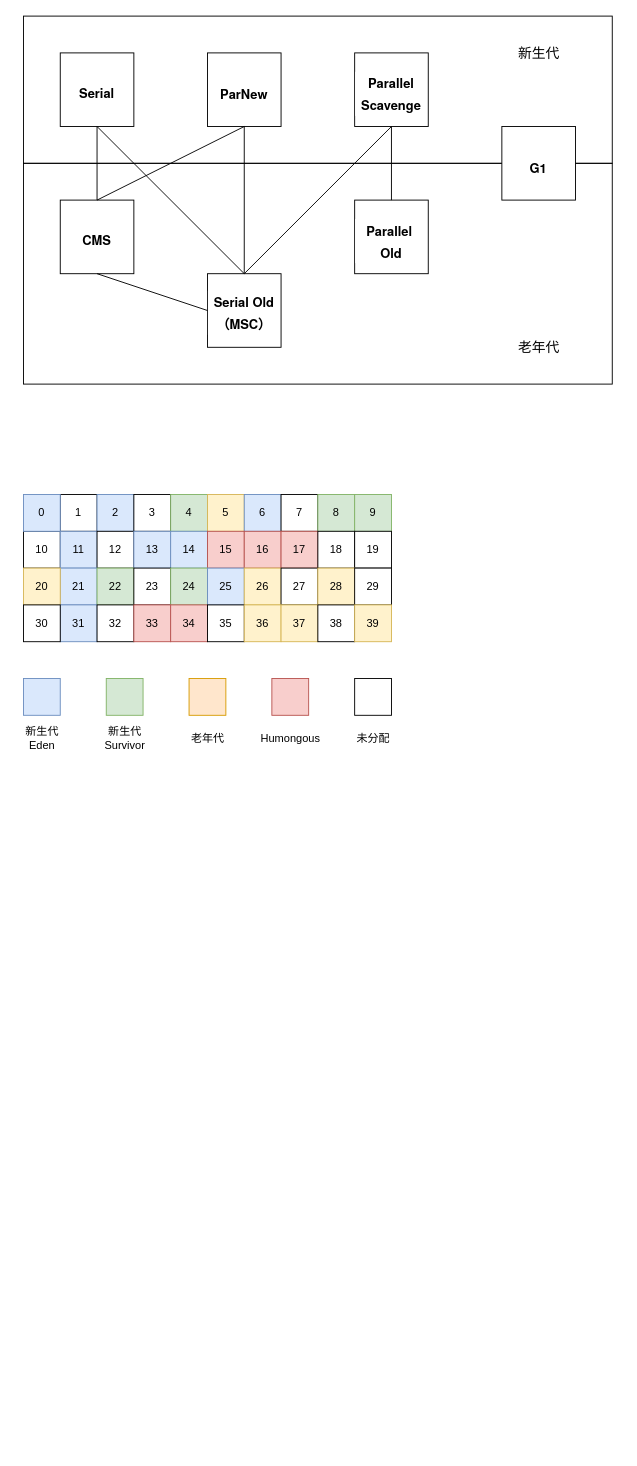
This is 垃圾回收器/垃圾回收器.drawio from zero-97/picture-of-the-article, a draw.io file, before an edit. Source tidied: cells renumbered, new cells numbered last; positions are measured from the earlier drawing's top-left corner, leaving out a move shared by most shapes. Both pictures are drawn from the tidied source at 92%, with x=0, y=0 at pixel (18, 16).
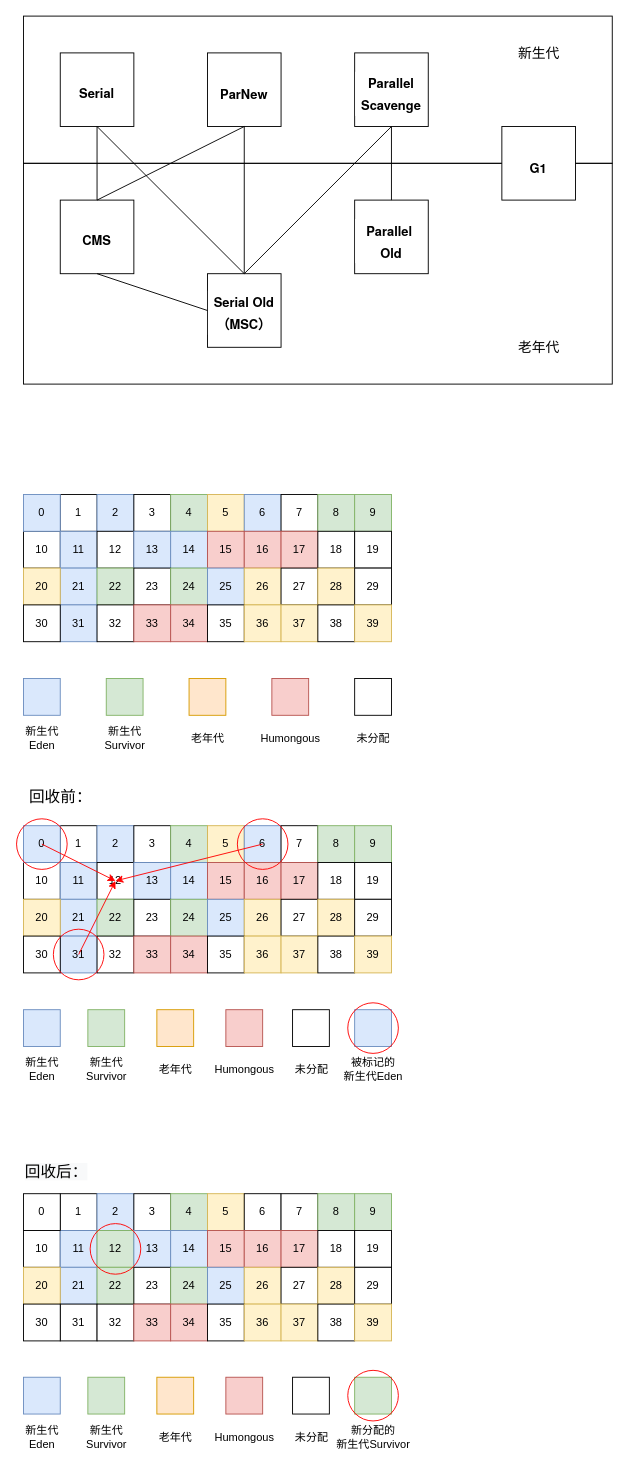
Above is the later version.

Commit message (it also covers changes not shown here):
Update 垃圾回收器.drawio

Diff of the diagram source:
```diff
@@
+    <mxCell id="72" value="1" style="whiteSpace=wrap;html=1;" parent="1" vertex="1">
+      <mxGeometry x="45" y="880" width="40" height="40" as="geometry" />
+    </mxCell>
+    <mxCell id="73" value="2" style="whiteSpace=wrap;html=1;fillColor=#dae8fc;strokeColor=#6c8ebf;" parent="1" vertex="1">
+      <mxGeometry x="85" y="880" width="40" height="40" as="geometry" />
+    </mxCell>
+    <mxCell id="74" value="3" style="whiteSpace=wrap;html=1;" parent="1" vertex="1">
+      <mxGeometry x="125" y="880" width="40" height="40" as="geometry" />
+    </mxCell>
+    <mxCell id="75" value="4" style="whiteSpace=wrap;html=1;fillColor=#d5e8d4;strokeColor=#82b366;" parent="1" vertex="1">
+      <mxGeometry x="165" y="880" width="40" height="40" as="geometry" />
+    </mxCell>
+    <mxCell id="76" value="5" style="whiteSpace=wrap;html=1;fillColor=#fff2cc;strokeColor=#d6b656;" parent="1" vertex="1">
+      <mxGeometry x="205" y="880" width="40" height="40" as="geometry" />
+    </mxCell>
+    <mxCell id="77" value="6" style="whiteSpace=wrap;html=1;fillColor=#dae8fc;strokeColor=#6c8ebf;" parent="1" vertex="1">
+      <mxGeometry x="245" y="880" width="40" height="40" as="geometry" />
+    </mxCell>
+    <mxCell id="78" value="7" style="whiteSpace=wrap;html=1;" parent="1" vertex="1">
+      <mxGeometry x="285" y="880" width="40" height="40" as="geometry" />
+    </mxCell>
+    <mxCell id="79" value="8" style="whiteSpace=wrap;html=1;fillColor=#d5e8d4;strokeColor=#82b366;" parent="1" vertex="1">
+      <mxGeometry x="325" y="880" width="40" height="40" as="geometry" />
+    </mxCell>
+    <mxCell id="80" value="9" style="whiteSpace=wrap;html=1;fillColor=#d5e8d4;strokeColor=#82b366;" parent="1" vertex="1">
+      <mxGeometry x="365" y="880" width="40" height="40" as="geometry" />
+    </mxCell>
+    <mxCell id="81" value="10" style="whiteSpace=wrap;html=1;" parent="1" vertex="1">
+      <mxGeometry x="5" y="920" width="40" height="40" as="geometry" />
+    </mxCell>
+    <mxCell id="82" value="11" style="whiteSpace=wrap;html=1;fillColor=#dae8fc;strokeColor=#6c8ebf;" parent="1" vertex="1">
+      <mxGeometry x="45" y="920" width="40" height="40" as="geometry" />
+    </mxCell>
+    <mxCell id="83" value="12" style="whiteSpace=wrap;html=1;" parent="1" vertex="1">
+      <mxGeometry x="85" y="920" width="40" height="40" as="geometry" />
+    </mxCell>
+    <mxCell id="84" value="13" style="whiteSpace=wrap;html=1;fillColor=#dae8fc;strokeColor=#6c8ebf;" parent="1" vertex="1">
+      <mxGeometry x="125" y="920" width="40" height="40" as="geometry" />
+    </mxCell>
+    <mxCell id="85" value="14" style="whiteSpace=wrap;html=1;fillColor=#dae8fc;strokeColor=#6c8ebf;" parent="1" vertex="1">
+      <mxGeometry x="165" y="920" width="40" height="40" as="geometry" />
+    </mxCell>
+    <mxCell id="86" value="15" style="whiteSpace=wrap;html=1;fillColor=#f8cecc;strokeColor=#b85450;" parent="1" vertex="1">
+      <mxGeometry x="205" y="920" width="40" height="40" as="geometry" />
+    </mxCell>
+    <mxCell id="87" value="16" style="whiteSpace=wrap;html=1;fillColor=#f8cecc;strokeColor=#b85450;" parent="1" vertex="1">
+      <mxGeometry x="245" y="920" width="40" height="40" as="geometry" />
+    </mxCell>
+    <mxCell id="88" value="0" style="whiteSpace=wrap;html=1;fillColor=#dae8fc;strokeColor=#6c8ebf;" parent="1" vertex="1">
+      <mxGeometry x="5" y="880" width="40" height="40" as="geometry" />
+    </mxCell>
+    <mxCell id="89" value="17" style="whiteSpace=wrap;html=1;fillColor=#f8cecc;strokeColor=#b85450;" parent="1" vertex="1">
+      <mxGeometry x="285" y="920" width="40" height="40" as="geometry" />
+    </mxCell>
+    <mxCell id="90" value="18" style="whiteSpace=wrap;html=1;" parent="1" vertex="1">
+      <mxGeometry x="325" y="920" width="40" height="40" as="geometry" />
+    </mxCell>
+    <mxCell id="91" value="19" style="whiteSpace=wrap;html=1;" parent="1" vertex="1">
+      <mxGeometry x="365" y="920" width="40" height="40" as="geometry" />
+    </mxCell>
+    <mxCell id="92" value="21" style="whiteSpace=wrap;html=1;fillColor=#dae8fc;strokeColor=#6c8ebf;" parent="1" vertex="1">
+      <mxGeometry x="45" y="960" width="40" height="40" as="geometry" />
+    </mxCell>
+    <mxCell id="93" value="22" style="whiteSpace=wrap;html=1;fillColor=#d5e8d4;strokeColor=#82b366;" parent="1" vertex="1">
+      <mxGeometry x="85" y="960" width="40" height="40" as="geometry" />
+    </mxCell>
+    <mxCell id="94" value="23" style="whiteSpace=wrap;html=1;" parent="1" vertex="1">
+      <mxGeometry x="125" y="960" width="40" height="40" as="geometry" />
+    </mxCell>
+    <mxCell id="95" value="24" style="whiteSpace=wrap;html=1;fillColor=#d5e8d4;strokeColor=#82b366;" parent="1" vertex="1">
+      <mxGeometry x="165" y="960" width="40" height="40" as="geometry" />
+    </mxCell>
+    <mxCell id="96" value="25" style="whiteSpace=wrap;html=1;fillColor=#dae8fc;strokeColor=#6c8ebf;" parent="1" vertex="1">
+      <mxGeometry x="205" y="960" width="40" height="40" as="geometry" />
+    </mxCell>
+    <mxCell id="97" value="26" style="whiteSpace=wrap;html=1;fillColor=#fff2cc;strokeColor=#d6b656;" parent="1" vertex="1">
+      <mxGeometry x="245" y="960" width="40" height="40" as="geometry" />
+    </mxCell>
+    <mxCell id="98" value="27" style="whiteSpace=wrap;html=1;" parent="1" vertex="1">
+      <mxGeometry x="285" y="960" width="40" height="40" as="geometry" />
+    </mxCell>
+    <mxCell id="99" value="28" style="whiteSpace=wrap;html=1;fillColor=#fff2cc;strokeColor=#d6b656;" parent="1" vertex="1">
+      <mxGeometry x="325" y="960" width="40" height="40" as="geometry" />
+    </mxCell>
+    <mxCell id="100" value="29" style="whiteSpace=wrap;html=1;" parent="1" vertex="1">
+      <mxGeometry x="365" y="960" width="40" height="40" as="geometry" />
+    </mxCell>
+    <mxCell id="101" value="20" style="whiteSpace=wrap;html=1;fillColor=#fff2cc;strokeColor=#d6b656;" parent="1" vertex="1">
+      <mxGeometry x="5" y="960" width="40" height="40" as="geometry" />
+    </mxCell>
+    <mxCell id="102" value="31" style="whiteSpace=wrap;html=1;fillColor=#dae8fc;strokeColor=#6c8ebf;" parent="1" vertex="1">
+      <mxGeometry x="45" y="1000" width="40" height="40" as="geometry" />
+    </mxCell>
+    <mxCell id="103" value="32" style="whiteSpace=wrap;html=1;" parent="1" vertex="1">
+      <mxGeometry x="85" y="1000" width="40" height="40" as="geometry" />
+    </mxCell>
+    <mxCell id="104" value="33" style="whiteSpace=wrap;html=1;fillColor=#f8cecc;strokeColor=#b85450;" parent="1" vertex="1">
+      <mxGeometry x="125" y="1000" width="40" height="40" as="geometry" />
+    </mxCell>
+    <mxCell id="105" value="34" style="whiteSpace=wrap;html=1;fillColor=#f8cecc;strokeColor=#b85450;" parent="1" vertex="1">
+      <mxGeometry x="165" y="1000" width="40" height="40" as="geometry" />
+    </mxCell>
+    <mxCell id="106" value="35" style="whiteSpace=wrap;html=1;" parent="1" vertex="1">
+      <mxGeometry x="205" y="1000" width="40" height="40" as="geometry" />
+    </mxCell>
+    <mxCell id="107" value="36" style="whiteSpace=wrap;html=1;fillColor=#fff2cc;strokeColor=#d6b656;" parent="1" vertex="1">
+      <mxGeometry x="245" y="1000" width="40" height="40" as="geometry" />
+    </mxCell>
+    <mxCell id="108" value="37" style="whiteSpace=wrap;html=1;fillColor=#fff2cc;strokeColor=#d6b656;" parent="1" vertex="1">
+      <mxGeometry x="285" y="1000" width="40" height="40" as="geometry" />
+    </mxCell>
+    <mxCell id="109" value="38" style="whiteSpace=wrap;html=1;" parent="1" vertex="1">
+      <mxGeometry x="325" y="1000" width="40" height="40" as="geometry" />
+    </mxCell>
+    <mxCell id="110" value="39" style="whiteSpace=wrap;html=1;fillColor=#fff2cc;strokeColor=#d6b656;" parent="1" vertex="1">
+      <mxGeometry x="365" y="1000" width="40" height="40" as="geometry" />
+    </mxCell>
+    <mxCell id="111" value="30" style="whiteSpace=wrap;html=1;" parent="1" vertex="1">
+      <mxGeometry x="5" y="1000" width="40" height="40" as="geometry" />
+    </mxCell>
+    <mxCell id="112" style="whiteSpace=wrap;html=1;fillColor=#dae8fc;strokeColor=#6c8ebf;" parent="1" vertex="1">
+      <mxGeometry x="5" y="1080" width="40" height="40" as="geometry" />
+    </mxCell>
+    <mxCell id="113" style="whiteSpace=wrap;html=1;fillColor=#d5e8d4;strokeColor=#82b366;" parent="1" vertex="1">
+      <mxGeometry x="75" y="1080" width="40" height="40" as="geometry" />
+    </mxCell>
+    <mxCell id="114" style="whiteSpace=wrap;html=1;fillColor=#ffe6cc;strokeColor=#d79b00;" parent="1" vertex="1">
+      <mxGeometry x="150" y="1080" width="40" height="40" as="geometry" />
+    </mxCell>
+    <mxCell id="115" style="whiteSpace=wrap;html=1;fillColor=#f8cecc;strokeColor=#b85450;" parent="1" vertex="1">
+      <mxGeometry x="225" y="1080" width="40" height="40" as="geometry" />
+    </mxCell>
+    <mxCell id="116" value="新生代&lt;br&gt;Eden" style="text;html=1;align=center;verticalAlign=middle;strokeColor=none;fillColor=none;" parent="1" vertex="1">
+      <mxGeometry y="1130" width="50" height="30" as="geometry" />
+    </mxCell>
+    <mxCell id="117" value="新生代&lt;br&gt;Survivor" style="text;html=1;align=center;verticalAlign=middle;strokeColor=none;fillColor=none;" parent="1" vertex="1">
+      <mxGeometry x="65" y="1130" width="60" height="30" as="geometry" />
+    </mxCell>
+    <mxCell id="118" value="老年代" style="text;html=1;align=center;verticalAlign=middle;strokeColor=none;fillColor=none;" parent="1" vertex="1">
+      <mxGeometry x="145" y="1135" width="50" height="20" as="geometry" />
+    </mxCell>
+    <mxCell id="119" value="Humongous" style="text;html=1;align=center;verticalAlign=middle;" parent="1" vertex="1">
+      <mxGeometry x="205" y="1135" width="80" height="20" as="geometry" />
+    </mxCell>
+    <mxCell id="120" style="whiteSpace=wrap;html=1;" parent="1" vertex="1">
+      <mxGeometry x="297.5" y="1080" width="40" height="40" as="geometry" />
+    </mxCell>
+    <mxCell id="121" value="未分配" style="text;html=1;align=center;verticalAlign=middle;" parent="1" vertex="1">
+      <mxGeometry x="292.5" y="1135" width="50" height="20" as="geometry" />
+    </mxCell>
+    <mxCell id="122" style="ellipse;whiteSpace=wrap;html=1;fillColor=none;strokeColor=#FF0000;" parent="1" vertex="1">
+      <mxGeometry x="-2.5" y="872.5" width="55" height="55" as="geometry" />
+    </mxCell>
+    <mxCell id="123" style="ellipse;whiteSpace=wrap;html=1;fillColor=none;strokeColor=#FF0000;" parent="1" vertex="1">
+      <mxGeometry x="237.5" y="872.5" width="55" height="55" as="geometry" />
+    </mxCell>
+    <mxCell id="124" style="ellipse;whiteSpace=wrap;html=1;fillColor=none;strokeColor=#FF0000;" parent="1" vertex="1">
+      <mxGeometry x="37.5" y="992.5" width="55" height="55" as="geometry" />
+    </mxCell>
+    <mxCell id="125" style="whiteSpace=wrap;html=1;fillColor=#dae8fc;strokeColor=#6c8ebf;" parent="1" vertex="1">
+      <mxGeometry x="365" y="1080" width="40" height="40" as="geometry" />
+    </mxCell>
+    <mxCell id="126" style="ellipse;whiteSpace=wrap;html=1;fillColor=none;strokeColor=#FF0000;" parent="1" vertex="1">
+      <mxGeometry x="357.5" y="1072.5" width="55" height="55" as="geometry" />
+    </mxCell>
+    <mxCell id="127" value="被标记的&lt;br&gt;新生代Eden" style="text;html=1;align=center;verticalAlign=middle;strokeColor=none;fillColor=none;" parent="1" vertex="1">
+      <mxGeometry x="345" y="1130" width="80" height="30" as="geometry" />
+    </mxCell>
+    <mxCell id="128" style="endArrow=classic;html=1;rounded=0;strokeColor=#FF0000;" parent="1" edge="1">
+      <mxGeometry relative="1" as="geometry">
+        <mxPoint x="25" y="900" as="sourcePoint" />
+        <mxPoint x="105" y="940" as="targetPoint" />
+      </mxGeometry>
+    </mxCell>
+    <mxCell id="129" style="endArrow=classic;html=1;rounded=0;strokeColor=#FF0000;entryX=0.5;entryY=0.5;entryDx=0;entryDy=0;entryPerimeter=0;" parent="1" edge="1" target="83">
+      <mxGeometry relative="1" as="geometry">
+        <mxPoint x="65" y="1020" as="sourcePoint" />
+      </mxGeometry>
+    </mxCell>
+    <mxCell id="130" style="endArrow=classic;html=1;rounded=0;strokeColor=#FF0000;exitX=0.5;exitY=0.5;exitDx=0;exitDy=0;exitPerimeter=0;" parent="1" edge="1" source="123">
+      <mxGeometry relative="1" as="geometry">
+        <mxPoint x="105" y="940" as="targetPoint" />
+      </mxGeometry>
+    </mxCell>
+    <mxCell id="131" value="1" style="whiteSpace=wrap;html=1;" parent="1" vertex="1">
+      <mxGeometry x="45" y="1280" width="40" height="40" as="geometry" />
+    </mxCell>
+    <mxCell id="132" value="2" style="whiteSpace=wrap;html=1;fillColor=#dae8fc;strokeColor=#6c8ebf;" parent="1" vertex="1">
+      <mxGeometry x="85" y="1280" width="40" height="40" as="geometry" />
+    </mxCell>
+    <mxCell id="133" value="3" style="whiteSpace=wrap;html=1;" parent="1" vertex="1">
+      <mxGeometry x="125" y="1280" width="40" height="40" as="geometry" />
+    </mxCell>
+    <mxCell id="134" value="4" style="whiteSpace=wrap;html=1;fillColor=#d5e8d4;strokeColor=#82b366;" parent="1" vertex="1">
+      <mxGeometry x="165" y="1280" width="40" height="40" as="geometry" />
+    </mxCell>
+    <mxCell id="135" value="5" style="whiteSpace=wrap;html=1;fillColor=#fff2cc;strokeColor=#d6b656;" parent="1" vertex="1">
+      <mxGeometry x="205" y="1280" width="40" height="40" as="geometry" />
+    </mxCell>
+    <mxCell id="136" value="6" style="whiteSpace=wrap;html=1;" parent="1" vertex="1">
+      <mxGeometry x="245" y="1280" width="40" height="40" as="geometry" />
+    </mxCell>
+    <mxCell id="137" value="7" style="whiteSpace=wrap;html=1;" parent="1" vertex="1">
+      <mxGeometry x="285" y="1280" width="40" height="40" as="geometry" />
+    </mxCell>
+    <mxCell id="138" value="8" style="whiteSpace=wrap;html=1;fillColor=#d5e8d4;strokeColor=#82b366;" parent="1" vertex="1">
+      <mxGeometry x="325" y="1280" width="40" height="40" as="geometry" />
+    </mxCell>
+    <mxCell id="139" value="9" style="whiteSpace=wrap;html=1;fillColor=#d5e8d4;strokeColor=#82b366;" parent="1" vertex="1">
+      <mxGeometry x="365" y="1280" width="40" height="40" as="geometry" />
+    </mxCell>
+    <mxCell id="140" value="10" style="whiteSpace=wrap;html=1;" parent="1" vertex="1">
+      <mxGeometry x="5" y="1320" width="40" height="40" as="geometry" />
+    </mxCell>
+    <mxCell id="141" value="11" style="whiteSpace=wrap;html=1;fillColor=#dae8fc;strokeColor=#6c8ebf;" parent="1" vertex="1">
+      <mxGeometry x="45" y="1320" width="40" height="40" as="geometry" />
+    </mxCell>
+    <mxCell id="142" value="12" style="whiteSpace=wrap;html=1;fillColor=#d5e8d4;strokeColor=#82b366;" parent="1" vertex="1">
+      <mxGeometry x="85" y="1320" width="40" height="40" as="geometry" />
+    </mxCell>
+    <mxCell id="143" value="13" style="whiteSpace=wrap;html=1;fillColor=#dae8fc;strokeColor=#6c8ebf;" parent="1" vertex="1">
+      <mxGeometry x="125" y="1320" width="40" height="40" as="geometry" />
+    </mxCell>
+    <mxCell id="144" value="14" style="whiteSpace=wrap;html=1;fillColor=#dae8fc;strokeColor=#6c8ebf;" parent="1" vertex="1">
+      <mxGeometry x="165" y="1320" width="40" height="40" as="geometry" />
+    </mxCell>
+    <mxCell id="145" value="15" style="whiteSpace=wrap;html=1;fillColor=#f8cecc;strokeColor=#b85450;" parent="1" vertex="1">
+      <mxGeometry x="205" y="1320" width="40" height="40" as="geometry" />
+    </mxCell>
+    <mxCell id="146" value="16" style="whiteSpace=wrap;html=1;fillColor=#f8cecc;strokeColor=#b85450;" parent="1" vertex="1">
+      <mxGeometry x="245" y="1320" width="40" height="40" as="geometry" />
+    </mxCell>
+    <mxCell id="147" value="0" style="whiteSpace=wrap;html=1;" parent="1" vertex="1">
+      <mxGeometry x="5" y="1280" width="40" height="40" as="geometry" />
+    </mxCell>
+    <mxCell id="148" value="17" style="whiteSpace=wrap;html=1;fillColor=#f8cecc;strokeColor=#b85450;" parent="1" vertex="1">
+      <mxGeometry x="285" y="1320" width="40" height="40" as="geometry" />
+    </mxCell>
+    <mxCell id="149" value="18" style="whiteSpace=wrap;html=1;" parent="1" vertex="1">
+      <mxGeometry x="325" y="1320" width="40" height="40" as="geometry" />
+    </mxCell>
+    <mxCell id="150" value="19" style="whiteSpace=wrap;html=1;" parent="1" vertex="1">
+      <mxGeometry x="365" y="1320" width="40" height="40" as="geometry" />
+    </mxCell>
+    <mxCell id="151" value="21" style="whiteSpace=wrap;html=1;fillColor=#dae8fc;strokeColor=#6c8ebf;" parent="1" vertex="1">
+      <mxGeometry x="45" y="1360" width="40" height="40" as="geometry" />
+    </mxCell>
+    <mxCell id="152" value="22" style="whiteSpace=wrap;html=1;fillColor=#d5e8d4;strokeColor=#82b366;" parent="1" vertex="1">
+      <mxGeometry x="85" y="1360" width="40" height="40" as="geometry" />
+    </mxCell>
+    <mxCell id="153" value="23" style="whiteSpace=wrap;html=1;" parent="1" vertex="1">
+      <mxGeometry x="125" y="1360" width="40" height="40" as="geometry" />
+    </mxCell>
+    <mxCell id="154" value="24" style="whiteSpace=wrap;html=1;fillColor=#d5e8d4;strokeColor=#82b366;" parent="1" vertex="1">
+      <mxGeometry x="165" y="1360" width="40" height="40" as="geometry" />
+    </mxCell>
+    <mxCell id="155" value="25" style="whiteSpace=wrap;html=1;fillColor=#dae8fc;strokeColor=#6c8ebf;" parent="1" vertex="1">
+      <mxGeometry x="205" y="1360" width="40" height="40" as="geometry" />
+    </mxCell>
+    <mxCell id="156" value="26" style="whiteSpace=wrap;html=1;fillColor=#fff2cc;strokeColor=#d6b656;" parent="1" vertex="1">
+      <mxGeometry x="245" y="1360" width="40" height="40" as="geometry" />
+    </mxCell>
+    <mxCell id="157" value="27" style="whiteSpace=wrap;html=1;" parent="1" vertex="1">
+      <mxGeometry x="285" y="1360" width="40" height="40" as="geometry" />
+    </mxCell>
+    <mxCell id="158" value="28" style="whiteSpace=wrap;html=1;fillColor=#fff2cc;strokeColor=#d6b656;" parent="1" vertex="1">
+      <mxGeometry x="325" y="1360" width="40" height="40" as="geometry" />
+    </mxCell>
+    <mxCell id="159" value="29" style="whiteSpace=wrap;html=1;" parent="1" vertex="1">
+      <mxGeometry x="365" y="1360" width="40" height="40" as="geometry" />
+    </mxCell>
+    <mxCell id="160" value="20" style="whiteSpace=wrap;html=1;fillColor=#fff2cc;strokeColor=#d6b656;" parent="1" vertex="1">
+      <mxGeometry x="5" y="1360" width="40" height="40" as="geometry" />
+    </mxCell>
+    <mxCell id="161" value="31" style="whiteSpace=wrap;html=1;" parent="1" vertex="1">
+      <mxGeometry x="45" y="1400" width="40" height="40" as="geometry" />
+    </mxCell>
+    <mxCell id="162" value="32" style="whiteSpace=wrap;html=1;" parent="1" vertex="1">
+      <mxGeometry x="85" y="1400" width="40" height="40" as="geometry" />
+    </mxCell>
+    <mxCell id="163" value="33" style="whiteSpace=wrap;html=1;fillColor=#f8cecc;strokeColor=#b85450;" parent="1" vertex="1">
+      <mxGeometry x="125" y="1400" width="40" height="40" as="geometry" />
+    </mxCell>
+    <mxCell id="164" value="34" style="whiteSpace=wrap;html=1;fillColor=#f8cecc;strokeColor=#b85450;" parent="1" vertex="1">
+      <mxGeometry x="165" y="1400" width="40" height="40" as="geometry" />
+    </mxCell>
+    <mxCell id="165" value="35" style="whiteSpace=wrap;html=1;" parent="1" vertex="1">
+      <mxGeometry x="205" y="1400" width="40" height="40" as="geometry" />
+    </mxCell>
+    <mxCell id="166" value="36" style="whiteSpace=wrap;html=1;fillColor=#fff2cc;strokeColor=#d6b656;" parent="1" vertex="1">
+      <mxGeometry x="245" y="1400" width="40" height="40" as="geometry" />
+    </mxCell>
+    <mxCell id="167" value="37" style="whiteSpace=wrap;html=1;fillColor=#fff2cc;strokeColor=#d6b656;" parent="1" vertex="1">
+      <mxGeometry x="285" y="1400" width="40" height="40" as="geometry" />
+    </mxCell>
+    <mxCell id="168" value="38" style="whiteSpace=wrap;html=1;" parent="1" vertex="1">
+      <mxGeometry x="325" y="1400" width="40" height="40" as="geometry" />
+    </mxCell>
+    <mxCell id="169" value="39" style="whiteSpace=wrap;html=1;fillColor=#fff2cc;strokeColor=#d6b656;" parent="1" vertex="1">
+      <mxGeometry x="365" y="1400" width="40" height="40" as="geometry" />
+    </mxCell>
+    <mxCell id="170" value="30" style="whiteSpace=wrap;html=1;" parent="1" vertex="1">
+      <mxGeometry x="5" y="1400" width="40" height="40" as="geometry" />
+    </mxCell>
+    <mxCell id="171" value="&lt;font style=&quot;font-size: 17px&quot;&gt;回收前：&lt;/font&gt;" style="text;html=1;align=center;verticalAlign=middle;strokeColor=none;fillColor=none;" parent="1" vertex="1">
+      <mxGeometry x="5" y="840" width="80" height="20" as="geometry" />
+    </mxCell>
+    <mxCell id="172" value="&lt;span style=&quot;color: rgb(0 , 0 , 0) ; font-family: &amp;#34;helvetica&amp;#34; ; font-size: 17px ; font-style: normal ; font-weight: 400 ; letter-spacing: normal ; text-align: center ; text-indent: 0px ; text-transform: none ; word-spacing: 0px ; background-color: rgb(248 , 249 , 250) ; display: inline ; float: none&quot;&gt;回收后：&lt;/span&gt;" style="text;whiteSpace=wrap;html=1;fontSize=17;" parent="1" vertex="1">
+      <mxGeometry x="5" y="1240" width="90" height="40" as="geometry" />
+    </mxCell>
+    <mxCell id="173" style="whiteSpace=wrap;html=1;fillColor=#dae8fc;strokeColor=#6c8ebf;" parent="1" vertex="1">
+      <mxGeometry x="5" y="1479.5" width="40" height="40" as="geometry" />
+    </mxCell>
+    <mxCell id="174" style="whiteSpace=wrap;html=1;fillColor=#d5e8d4;strokeColor=#82b366;" parent="1" vertex="1">
+      <mxGeometry x="75" y="1479.5" width="40" height="40" as="geometry" />
+    </mxCell>
+    <mxCell id="175" style="whiteSpace=wrap;html=1;fillColor=#ffe6cc;strokeColor=#d79b00;" parent="1" vertex="1">
+      <mxGeometry x="150" y="1479.5" width="40" height="40" as="geometry" />
+    </mxCell>
+    <mxCell id="176" style="whiteSpace=wrap;html=1;fillColor=#f8cecc;strokeColor=#b85450;" parent="1" vertex="1">
+      <mxGeometry x="225" y="1479.5" width="40" height="40" as="geometry" />
+    </mxCell>
+    <mxCell id="177" value="新生代&lt;br&gt;Eden" style="text;html=1;align=center;verticalAlign=middle;strokeColor=none;fillColor=none;" parent="1" vertex="1">
+      <mxGeometry y="1529.5" width="50" height="30" as="geometry" />
+    </mxCell>
+    <mxCell id="178" value="新生代&lt;br&gt;Survivor" style="text;html=1;align=center;verticalAlign=middle;strokeColor=none;fillColor=none;" parent="1" vertex="1">
+      <mxGeometry x="65" y="1529.5" width="60" height="30" as="geometry" />
+    </mxCell>
+    <mxCell id="179" value="老年代" style="text;html=1;align=center;verticalAlign=middle;strokeColor=none;fillColor=none;" parent="1" vertex="1">
+      <mxGeometry x="145" y="1534.5" width="50" height="20" as="geometry" />
+    </mxCell>
+    <mxCell id="180" value="Humongous" style="text;html=1;align=center;verticalAlign=middle;" parent="1" vertex="1">
+      <mxGeometry x="205" y="1534.5" width="80" height="20" as="geometry" />
+    </mxCell>
+    <mxCell id="181" style="whiteSpace=wrap;html=1;" parent="1" vertex="1">
+      <mxGeometry x="297.5" y="1479.5" width="40" height="40" as="geometry" />
+    </mxCell>
+    <mxCell id="182" value="未分配" style="text;html=1;align=center;verticalAlign=middle;" parent="1" vertex="1">
+      <mxGeometry x="292.5" y="1534.5" width="50" height="20" as="geometry" />
+    </mxCell>
+    <mxCell id="183" style="whiteSpace=wrap;html=1;fillColor=#d5e8d4;strokeColor=#82b366;" parent="1" vertex="1">
+      <mxGeometry x="365" y="1479.5" width="40" height="40" as="geometry" />
+    </mxCell>
+    <mxCell id="184" style="ellipse;whiteSpace=wrap;html=1;fillColor=none;strokeColor=#FF0000;" parent="1" vertex="1">
+      <mxGeometry x="357.5" y="1472" width="55" height="55" as="geometry" />
+    </mxCell>
+    <mxCell id="185" value="新分配的&lt;br&gt;新生代Survivor" style="text;html=1;align=center;verticalAlign=middle;strokeColor=none;fillColor=none;" parent="1" vertex="1">
+      <mxGeometry x="335" y="1529.5" width="100" height="30" as="geometry" />
+    </mxCell>
+    <mxCell id="186" style="ellipse;whiteSpace=wrap;html=1;fillColor=none;strokeColor=#FF0000;" parent="1" vertex="1">
+      <mxGeometry x="77.5" y="1312.5" width="55" height="55" as="geometry" />
+    </mxCell>
```
